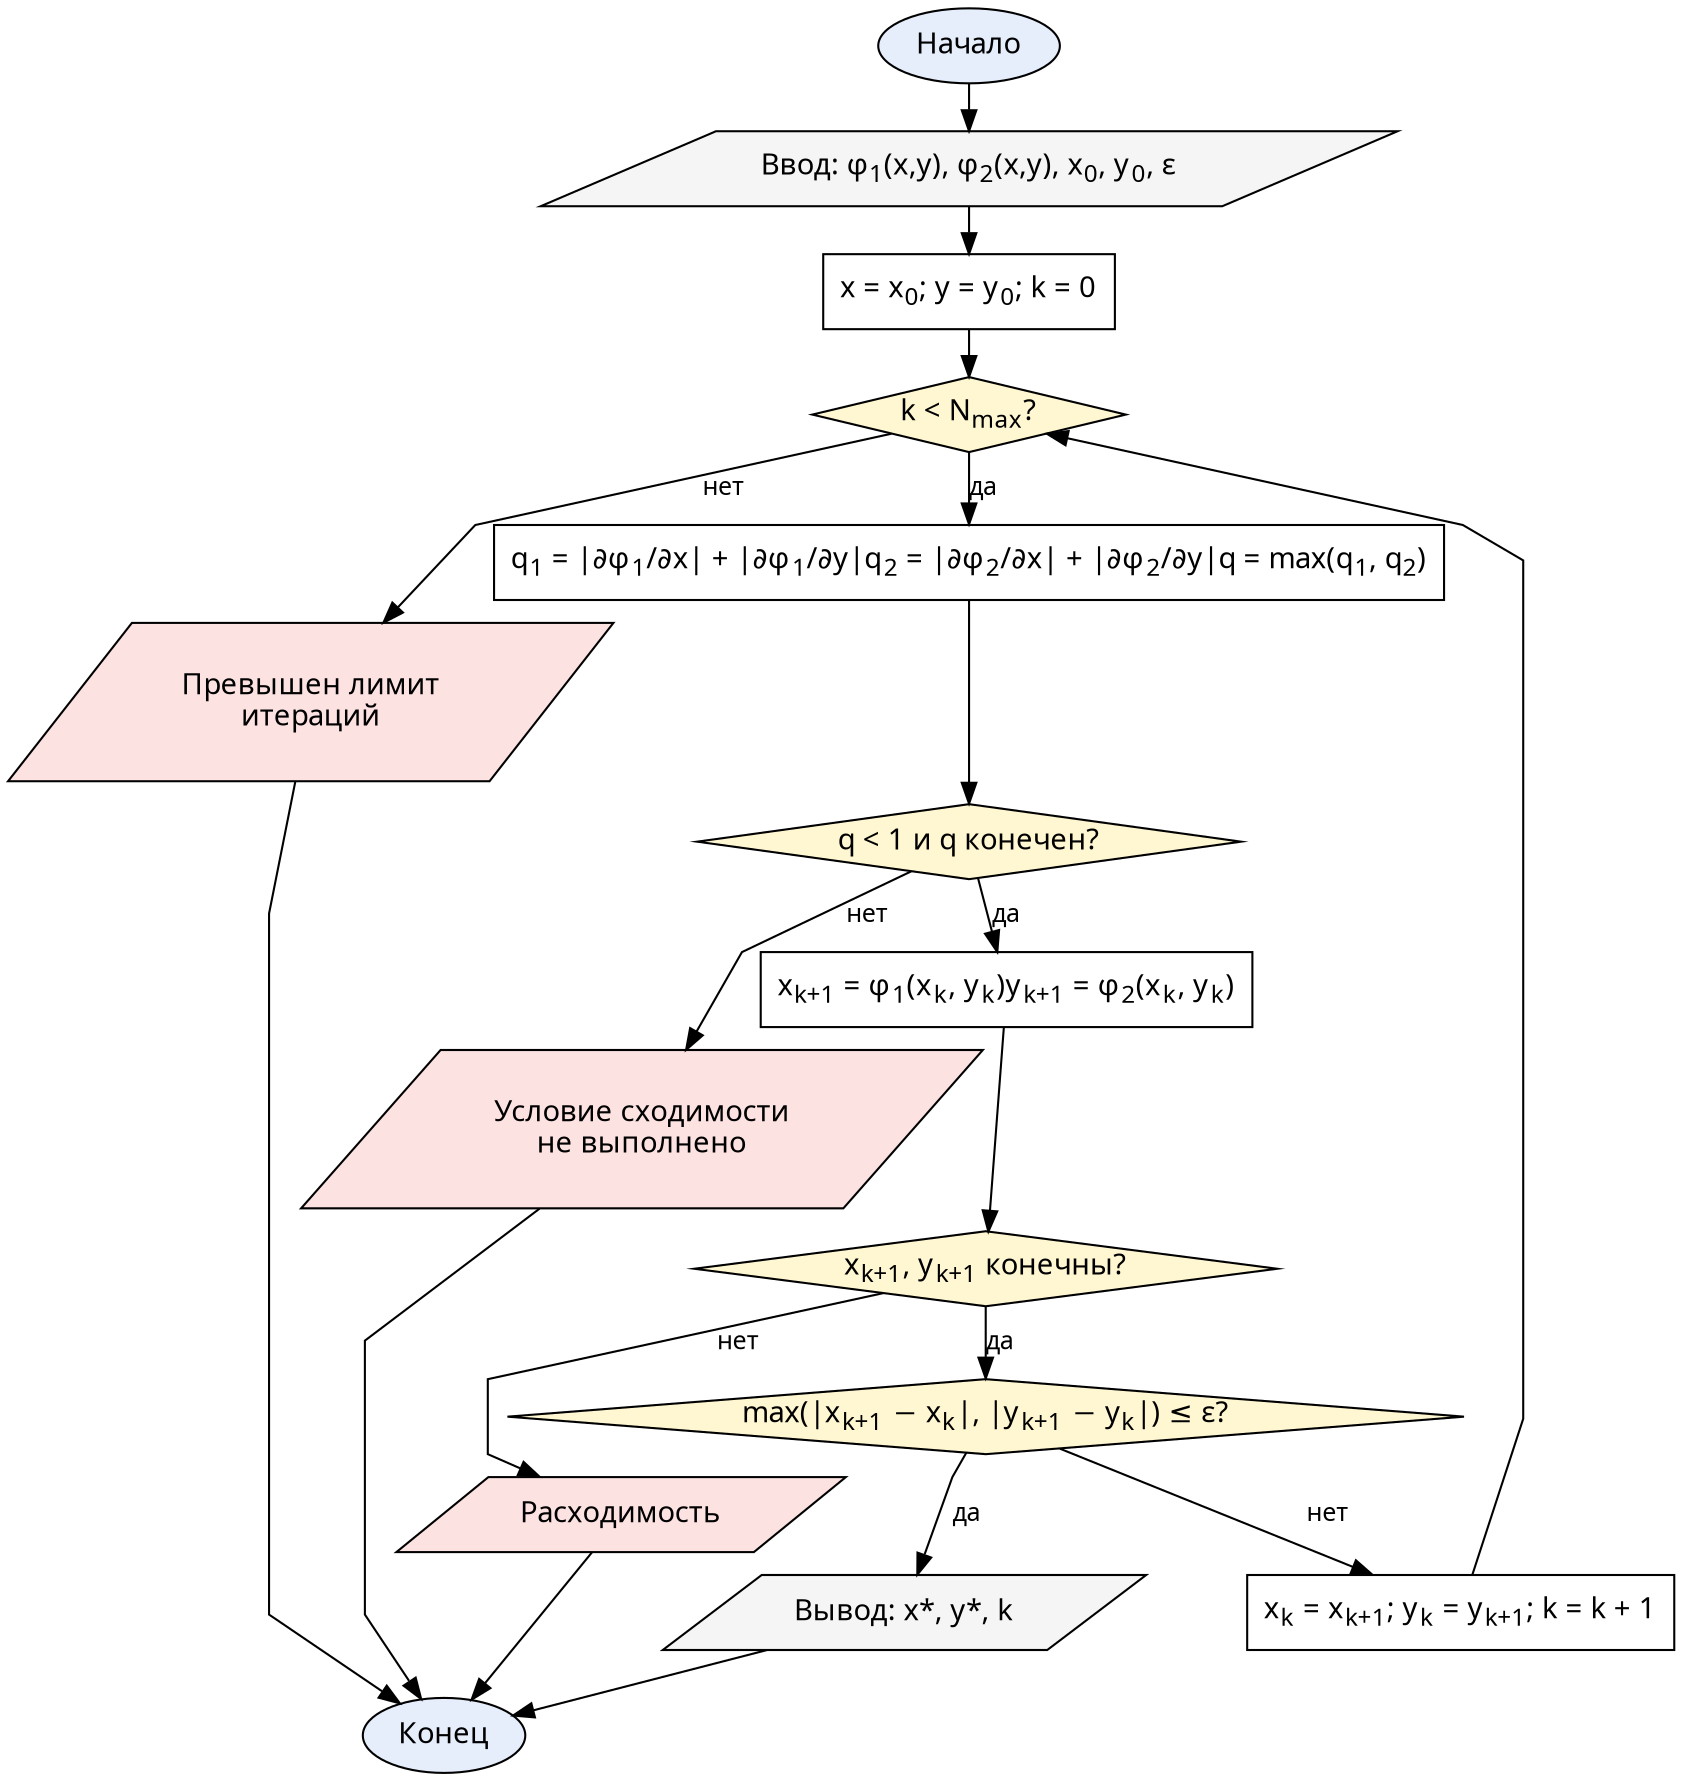
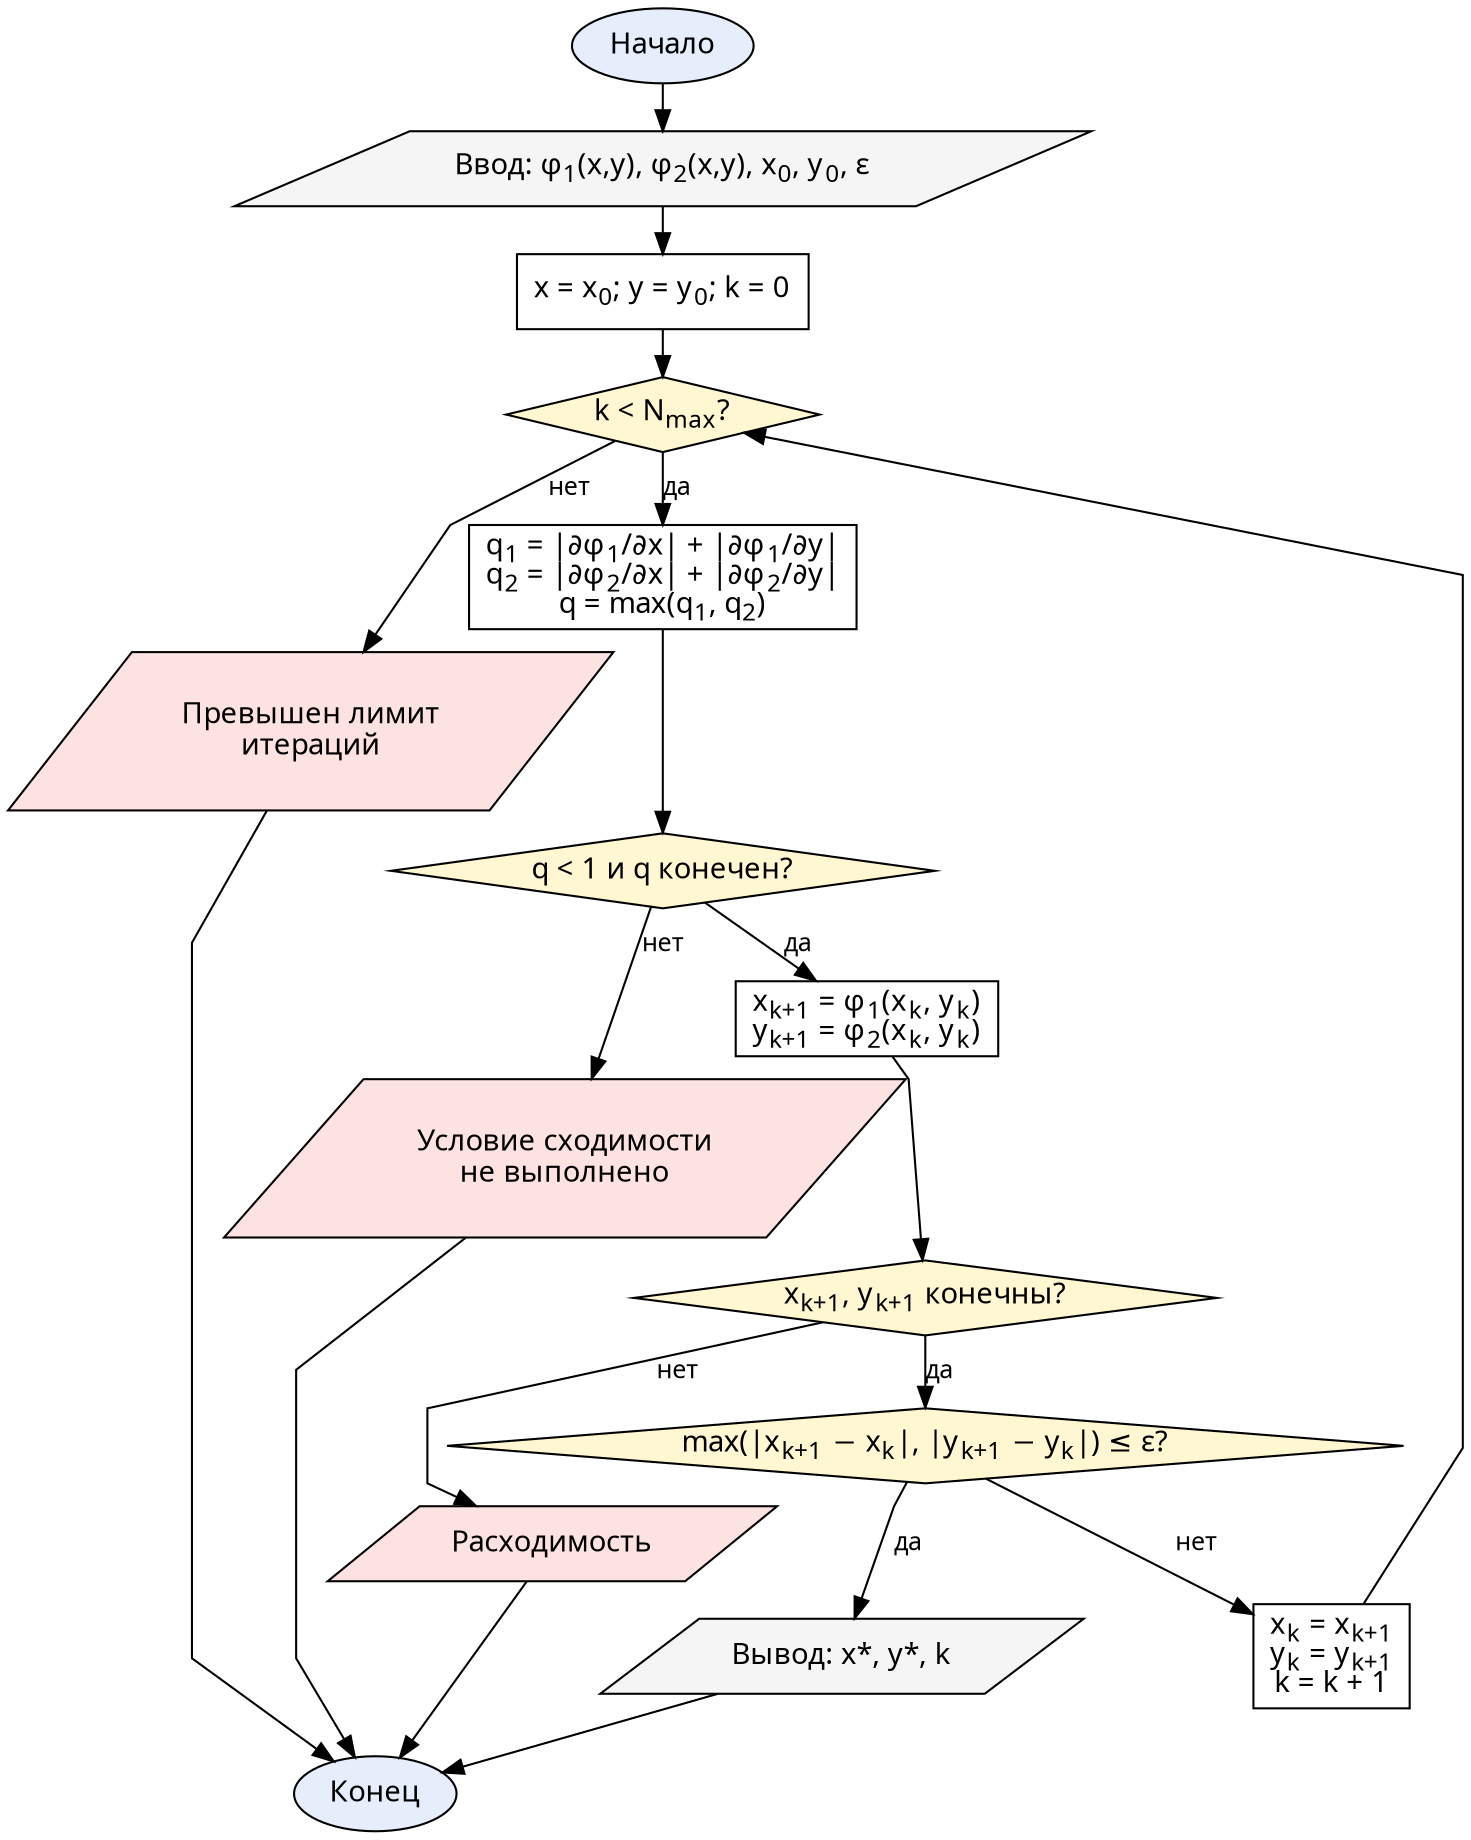
digraph SystemIter {
  graph [fontname="CMU Serif", rankdir=TB, nodesep=0.25, ranksep=0.3, splines=polyline]
  node  [fontname="CMU Serif", fontsize=14, style="filled", fillcolor="#ffffff", color="#000000"]
  edge  [fontname="CMU Serif", fontsize=12, color="#000000"]

  start [label="Начало", shape=oval, fillcolor="#e6eefc"]
  input [label=<Ввод: φ<SUB>1</SUB>(x,y), φ<SUB>2</SUB>(x,y), x<SUB>0</SUB>, y<SUB>0</SUB>, ε>, shape=parallelogram, fillcolor="#f5f5f5"]
  initXY [label=<x = x<SUB>0</SUB>; y = y<SUB>0</SUB>; k = 0>, shape=box]

  kMax   [label=<k &lt; N<SUB>max</SUB>?>, shape=diamond, fillcolor="#fff7d1"]
  errMax [label="Превышен лимит\nитераций", shape=parallelogram, fillcolor="#fde2e2"]

-   rows   [label=<q<SUB>1</SUB> = |∂φ<SUB>1</SUB>/∂x| + |∂φ<SUB>1</SUB>/∂y|&#10;q<SUB>2</SUB> = |∂φ<SUB>2</SUB>/∂x| + |∂φ<SUB>2</SUB>/∂y|&#10;q = max(q<SUB>1</SUB>, q<SUB>2</SUB>)>, shape=box]
+   rows   [label=<q<SUB>1</SUB> = |∂φ<SUB>1</SUB>/∂x| + |∂φ<SUB>1</SUB>/∂y|<BR/>q<SUB>2</SUB> = |∂φ<SUB>2</SUB>/∂x| + |∂φ<SUB>2</SUB>/∂y|<BR/>q = max(q<SUB>1</SUB>, q<SUB>2</SUB>)>, shape=box]
  chkQ   [label=<q &lt; 1 и q конечен?>, shape=diamond, fillcolor="#fff7d1"]
  errQ   [label="Условие сходимости\nне выполнено", shape=parallelogram, fillcolor="#fde2e2"]

-   nextXY [label=<x<SUB>k+1</SUB> = φ<SUB>1</SUB>(x<SUB>k</SUB>, y<SUB>k</SUB>)&#10;y<SUB>k+1</SUB> = φ<SUB>2</SUB>(x<SUB>k</SUB>, y<SUB>k</SUB>)>, shape=box]
+   nextXY [label=<x<SUB>k+1</SUB> = φ<SUB>1</SUB>(x<SUB>k</SUB>, y<SUB>k</SUB>)<BR/>y<SUB>k+1</SUB> = φ<SUB>2</SUB>(x<SUB>k</SUB>, y<SUB>k</SUB>)>, shape=box]
  chkFin [label=<x<SUB>k+1</SUB>, y<SUB>k+1</SUB> конечны?>, shape=diamond, fillcolor="#fff7d1"]
  errDiv [label="Расходимость", shape=parallelogram, fillcolor="#fde2e2"]

  stopCrit [label=<max(|x<SUB>k+1</SUB> − x<SUB>k</SUB>|, |y<SUB>k+1</SUB> − y<SUB>k</SUB>|) ≤ ε?>, shape=diamond, fillcolor="#fff7d1"]
-   shift    [label=<x<SUB>k</SUB> = x<SUB>k+1</SUB>; y<SUB>k</SUB> = y<SUB>k+1</SUB>; k = k + 1>, shape=box]
+   shift    [label=<x<SUB>k</SUB> = x<SUB>k+1</SUB><BR/>y<SUB>k</SUB> = y<SUB>k+1</SUB><BR/>k = k + 1>, shape=box]

  output [label=<Вывод: x*, y*, k>, shape=parallelogram, fillcolor="#f5f5f5"]
  stop   [label="Конец", shape=oval, fillcolor="#e6eefc"]

  start -> input -> initXY -> kMax
  kMax -> errMax [label="нет"]
  errMax -> stop
  kMax -> rows [label="да"]
  rows -> chkQ
  chkQ -> errQ [label="нет"]
  errQ -> stop
  chkQ -> nextXY [label="да"]
  nextXY -> chkFin
  chkFin -> errDiv [label="нет"]
  errDiv -> stop
  chkFin -> stopCrit [label="да"]
  stopCrit -> output [label="да"]
  output -> stop
  stopCrit -> shift [label="нет"]
  shift -> kMax
}
